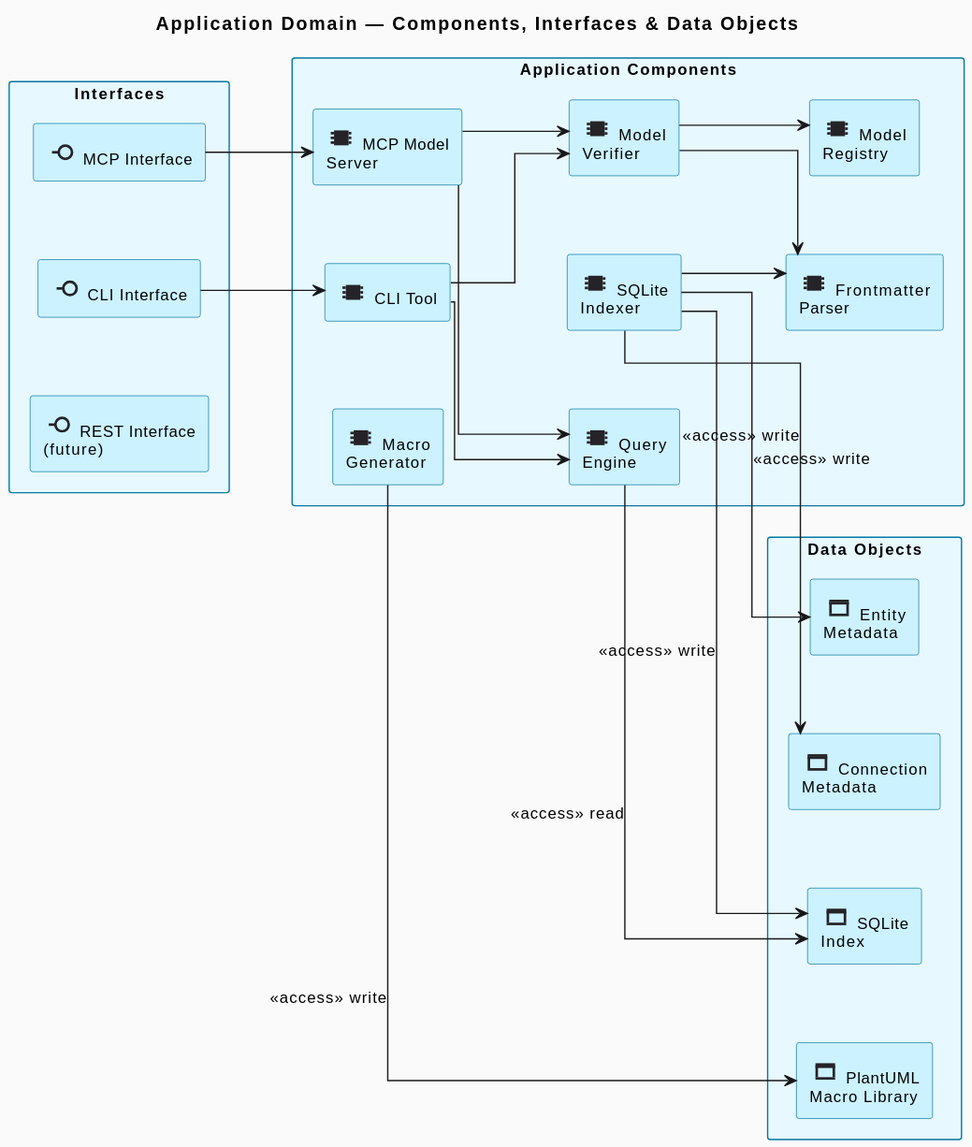
Above: engagements/ENG-ARCH-REPO/architecture-repository/diagram-catalog/rendered/application-component-map.svg in mbauer83/assisted-architecture-management (PlantUML), before the change. Source of this version:
```plantuml
@startuml
!include ../_archimate-stereotypes.puml
!include ../_archimate-glyphs.puml

left to right direction

title Application Domain — Components, Interfaces & Data Objects

rectangle "Interfaces" <<ApplicationGrouping>> {
  rectangle "<$archimate_ApplicationInterface{scale=1.5}> MCP Interface" <<ApplicationInterface>> as AIF_wuleEe
  rectangle "<$archimate_ApplicationInterface{scale=1.5}> CLI Interface" <<ApplicationInterface>> as AIF_KxvYB
  rectangle "<$archimate_ApplicationInterface{scale=1.5}> REST Interface\n(future)" <<ApplicationInterface>> as AIF_XjbNQh
}

rectangle "Application Components" <<ApplicationGrouping>> {
  rectangle "<$archimate_ApplicationComponent{scale=1.5}> MCP Model\nServer" <<ApplicationComponent>> as APP_kRZYOA
  rectangle "<$archimate_ApplicationComponent{scale=1.5}> CLI Tool" <<ApplicationComponent>> as APP_kjC6ex
  rectangle "<$archimate_ApplicationComponent{scale=1.5}> Model\nVerifier" <<ApplicationComponent>> as APP_ca3vm7
  rectangle "<$archimate_ApplicationComponent{scale=1.5}> Model\nRegistry" <<ApplicationComponent>> as APP_yNhgdh
  rectangle "<$archimate_ApplicationComponent{scale=1.5}> Frontmatter\nParser" <<ApplicationComponent>> as APP_YOOEbL
  rectangle "<$archimate_ApplicationComponent{scale=1.5}> SQLite\nIndexer" <<ApplicationComponent>> as APP_JOmFWy
  rectangle "<$archimate_ApplicationComponent{scale=1.5}> Query\nEngine" <<ApplicationComponent>> as APP_v9LvfK
  rectangle "<$archimate_ApplicationComponent{scale=1.5}> Macro\nGenerator" <<ApplicationComponent>> as APP_rgulJL
}

rectangle "Data Objects" <<ApplicationGrouping>> {
  rectangle "<$archimate_DataObject{scale=1.5}> Entity\nMetadata" <<DataObject>> as DOB_ij5CH7
  rectangle "<$archimate_DataObject{scale=1.5}> Connection\nMetadata" <<DataObject>> as DOB_L3VfsH
  rectangle "<$archimate_DataObject{scale=1.5}> SQLite\nIndex" <<DataObject>> as DOB_3rilik
  rectangle "<$archimate_DataObject{scale=1.5}> PlantUML\nMacro Library" <<DataObject>> as DOB_H8UwKV
}

AIF_wuleEe --> APP_kRZYOA
AIF_KxvYB --> APP_kjC6ex

APP_kRZYOA --> APP_ca3vm7
APP_kRZYOA --> APP_v9LvfK
APP_kjC6ex --> APP_ca3vm7
APP_kjC6ex --> APP_v9LvfK
APP_ca3vm7 --> APP_YOOEbL
APP_ca3vm7 --> APP_yNhgdh
APP_JOmFWy --> APP_YOOEbL

APP_JOmFWy --> DOB_3rilik : <<access>> write
APP_JOmFWy --> DOB_ij5CH7 : <<access>> write
APP_JOmFWy --> DOB_L3VfsH : <<access>> write
APP_v9LvfK --> DOB_3rilik : <<access>> read
APP_rgulJL --> DOB_H8UwKV : <<access>> write
@enduml
```
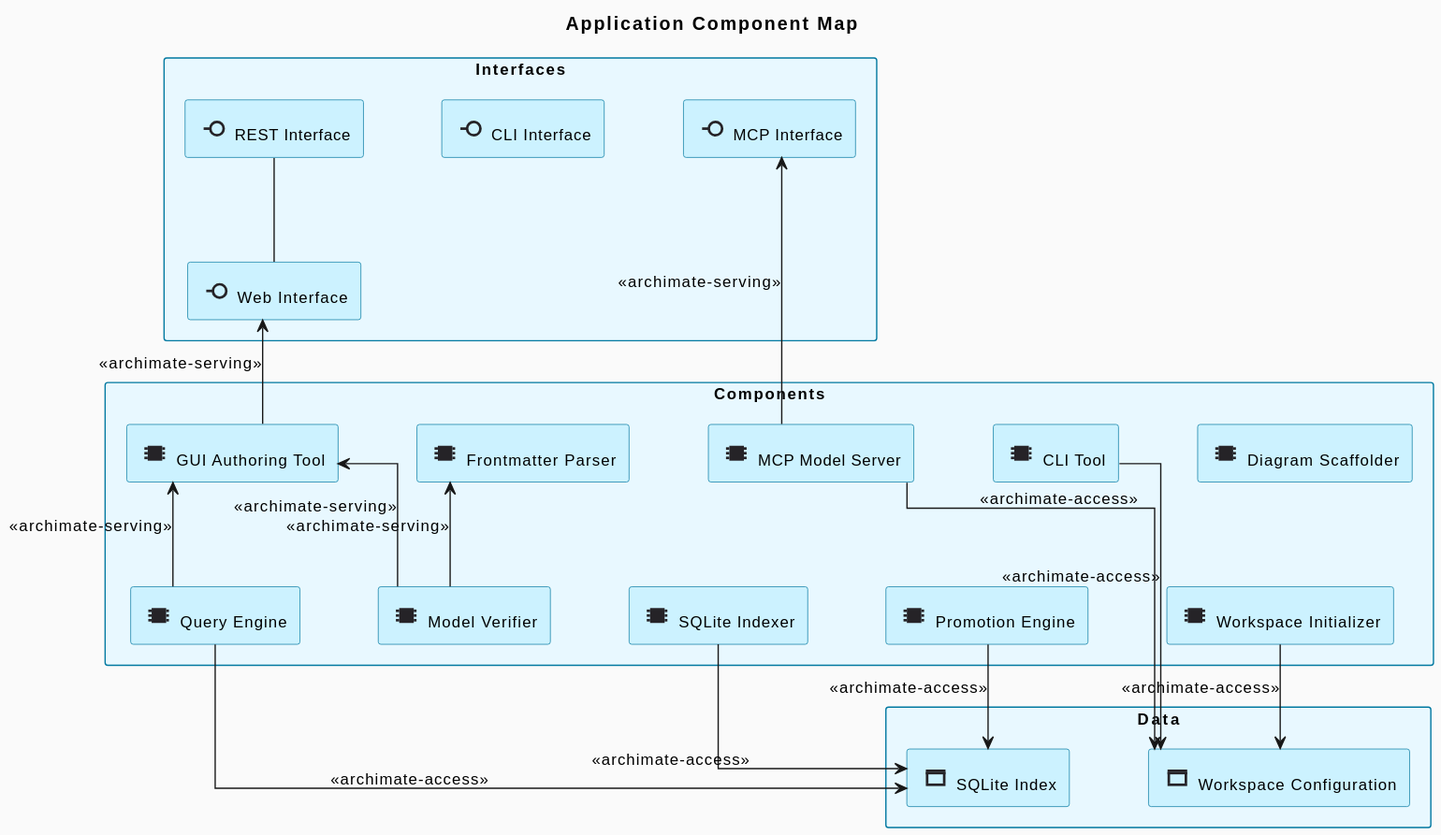
After the commit.

What changed in the source:
```diff
@@ -1,49 +1,60 @@
 @startuml
 !include ../_archimate-stereotypes.puml
-!include ../_archimate-glyphs.puml
 
-left to right direction
+top to bottom direction
 
-title Application Domain — Components, Interfaces & Data Objects
+title Application Component Map
 
 rectangle "Interfaces" <<ApplicationGrouping>> {
+  rectangle "<$archimate_ApplicationInterface{scale=1.5}> CLI Interface" <<ApplicationInterface>> as AIF_KxvYB
   rectangle "<$archimate_ApplicationInterface{scale=1.5}> MCP Interface" <<ApplicationInterface>> as AIF_wuleEe
-  rectangle "<$archimate_ApplicationInterface{scale=1.5}> CLI Interface" <<ApplicationInterface>> as AIF_KxvYB
-  rectangle "<$archimate_ApplicationInterface{scale=1.5}> REST Interface\n(future)" <<ApplicationInterface>> as AIF_XjbNQh
+  rectangle "<$archimate_ApplicationInterface{scale=1.5}> REST Interface" <<ApplicationInterface>> as AIF_XjbNQh
+  rectangle "<$archimate_ApplicationInterface{scale=1.5}> Web Interface" <<ApplicationInterface>> as AIF_Ua50xU
 }
 
-rectangle "Application Components" <<ApplicationGrouping>> {
-  rectangle "<$archimate_ApplicationComponent{scale=1.5}> MCP Model\nServer" <<ApplicationComponent>> as APP_kRZYOA
+rectangle "Components" <<ApplicationGrouping>> {
   rectangle "<$archimate_ApplicationComponent{scale=1.5}> CLI Tool" <<ApplicationComponent>> as APP_kjC6ex
-  rectangle "<$archimate_ApplicationComponent{scale=1.5}> Model\nVerifier" <<ApplicationComponent>> as APP_ca3vm7
-  rectangle "<$archimate_ApplicationComponent{scale=1.5}> Model\nRegistry" <<ApplicationComponent>> as APP_yNhgdh
-  rectangle "<$archimate_ApplicationComponent{scale=1.5}> Frontmatter\nParser" <<ApplicationComponent>> as APP_YOOEbL
-  rectangle "<$archimate_ApplicationComponent{scale=1.5}> SQLite\nIndexer" <<ApplicationComponent>> as APP_JOmFWy
-  rectangle "<$archimate_ApplicationComponent{scale=1.5}> Query\nEngine" <<ApplicationComponent>> as APP_v9LvfK
-  rectangle "<$archimate_ApplicationComponent{scale=1.5}> Macro\nGenerator" <<ApplicationComponent>> as APP_rgulJL
+  rectangle "<$archimate_ApplicationComponent{scale=1.5}> Diagram Scaffolder" <<ApplicationComponent>> as APP_SCKD2U
+  rectangle "<$archimate_ApplicationComponent{scale=1.5}> Frontmatter Parser" <<ApplicationComponent>> as APP_YOOEbL
+  rectangle "<$archimate_ApplicationComponent{scale=1.5}> GUI Authoring Tool" <<ApplicationComponent>> as APP_lmO0mp
+  rectangle "<$archimate_ApplicationComponent{scale=1.5}> MCP Model Server" <<ApplicationComponent>> as APP_kRZYOA
+  rectangle "<$archimate_ApplicationComponent{scale=1.5}> Model Verifier" <<ApplicationComponent>> as APP_ca3vm7
+  rectangle "<$archimate_ApplicationComponent{scale=1.5}> Promotion Engine" <<ApplicationComponent>> as APP_tIMxjr
+  rectangle "<$archimate_ApplicationComponent{scale=1.5}> Query Engine" <<ApplicationComponent>> as APP_v9LvfK
+  rectangle "<$archimate_ApplicationComponent{scale=1.5}> SQLite Indexer" <<ApplicationComponent>> as APP_JOmFWy
+  rectangle "<$archimate_ApplicationComponent{scale=1.5}> Workspace Initializer" <<ApplicationComponent>> as APP_w51oVF
 }
 
-rectangle "Data Objects" <<ApplicationGrouping>> {
-  rectangle "<$archimate_DataObject{scale=1.5}> Entity\nMetadata" <<DataObject>> as DOB_ij5CH7
-  rectangle "<$archimate_DataObject{scale=1.5}> Connection\nMetadata" <<DataObject>> as DOB_L3VfsH
-  rectangle "<$archimate_DataObject{scale=1.5}> SQLite\nIndex" <<DataObject>> as DOB_3rilik
-  rectangle "<$archimate_DataObject{scale=1.5}> PlantUML\nMacro Library" <<DataObject>> as DOB_H8UwKV
+rectangle "Data" <<ApplicationGrouping>> {
+  rectangle "<$archimate_DataObject{scale=1.5}> SQLite Index" <<DataObject>> as DOB_3rilik
+  rectangle "<$archimate_DataObject{scale=1.5}> Workspace Configuration" <<DataObject>> as DOB_I9qEoI
 }
 
-AIF_wuleEe --> APP_kRZYOA
-AIF_KxvYB --> APP_kjC6ex
+AIF_KxvYB -[hidden]right- AIF_wuleEe
+AIF_wuleEe -[hidden]right- AIF_XjbNQh
+AIF_XjbNQh -[hidden]right- AIF_Ua50xU
+APP_kjC6ex -[hidden]right- APP_SCKD2U
+APP_SCKD2U -[hidden]right- APP_YOOEbL
+APP_YOOEbL -[hidden]right- APP_lmO0mp
+APP_lmO0mp -[hidden]right- APP_kRZYOA
+APP_kRZYOA -[hidden]right- APP_ca3vm7
+APP_ca3vm7 -[hidden]right- APP_tIMxjr
+APP_tIMxjr -[hidden]right- APP_v9LvfK
+APP_v9LvfK -[hidden]right- APP_JOmFWy
+APP_JOmFWy -[hidden]right- APP_w51oVF
+DOB_3rilik -[hidden]right- DOB_I9qEoI
 
-APP_kRZYOA --> APP_ca3vm7
-APP_kRZYOA --> APP_v9LvfK
-APP_kjC6ex --> APP_ca3vm7
-APP_kjC6ex --> APP_v9LvfK
-APP_ca3vm7 --> APP_YOOEbL
-APP_ca3vm7 --> APP_yNhgdh
-APP_JOmFWy --> APP_YOOEbL
 
-APP_JOmFWy --> DOB_3rilik : <<access>> write
-APP_JOmFWy --> DOB_ij5CH7 : <<access>> write
-APP_JOmFWy --> DOB_L3VfsH : <<access>> write
-APP_v9LvfK --> DOB_3rilik : <<access>> read
-APP_rgulJL --> DOB_H8UwKV : <<access>> write
+APP_kjC6ex -down-> DOB_I9qEoI : <<archimate-access>>
+APP_ca3vm7 --> APP_YOOEbL : <<archimate-serving>>
+APP_ca3vm7 --> APP_lmO0mp : <<archimate-serving>>
+APP_v9LvfK --> APP_lmO0mp : <<archimate-serving>>
+APP_lmO0mp -up-> AIF_Ua50xU : <<archimate-serving>>
+APP_kRZYOA -up-> AIF_wuleEe : <<archimate-serving>>
+APP_kRZYOA -down-> DOB_I9qEoI : <<archimate-access>>
+APP_tIMxjr -down-> DOB_3rilik : <<archimate-access>>
+APP_v9LvfK -down-> DOB_3rilik : <<archimate-access>>
+APP_JOmFWy -down-> DOB_3rilik : <<archimate-access>>
+APP_w51oVF -down-> DOB_I9qEoI : <<archimate-access>>
+AIF_Ua50xU -- AIF_XjbNQh
 @enduml
```
